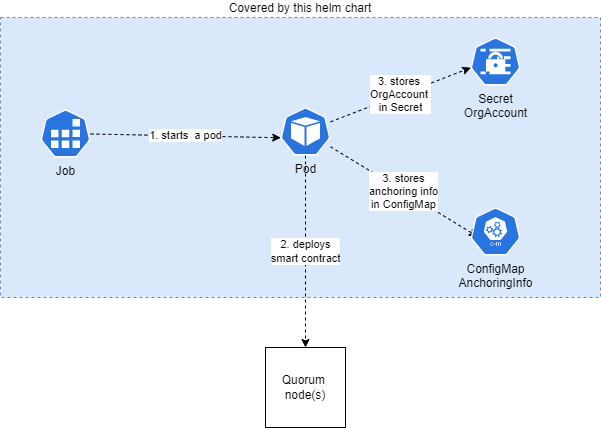
PharmaLedger-IMI/helmchart-ethadapter keeps this draw.io diagram as charts/smartcontract/docs/smartcontract.drawio.png. Above is the earlier version. Source tidied: cells renumbered, new cells last; positions are measured from the earlier drawing's top-left corner, leaving out a move shared by most shapes. Source of this version:
```xml
<mxGraphModel>
  <root>
    <mxCell id="0" />
    <mxCell id="1" parent="0" />
    <mxCell id="2" value="Covered by this helm chart" style="rounded=0;whiteSpace=wrap;html=1;dashed=1;labelPosition=center;verticalLabelPosition=top;align=center;verticalAlign=bottom;fillColor=#dae8fc;strokeColor=#6c8ebf;" parent="1" vertex="1">
      <mxGeometry width="600" height="280" as="geometry" />
    </mxCell>
    <mxCell id="3" value="Quorum &lt;br&gt;node(s)" style="whiteSpace=wrap;html=1;" parent="1" vertex="1">
      <mxGeometry x="265" y="330" width="80" height="80" as="geometry" />
    </mxCell>
    <mxCell id="4" value="2. deploys&lt;br&gt;smart contract" style="rounded=0;jettySize=auto;html=1;entryX=0.5;entryY=0;entryDx=0;entryDy=0;dashed=1;exitX=0.5;exitY=1;exitDx=0;exitDy=0;exitPerimeter=0;" parent="1" edge="1" source="9" target="3">
      <mxGeometry relative="1" as="geometry" />
    </mxCell>
    <mxCell id="5" value="1. starts&amp;nbsp; a pod" style="edgeStyle=none;rounded=0;jettySize=auto;html=1;entryX=0.005;entryY=0.63;entryDx=0;entryDy=0;entryPerimeter=0;dashed=1;" parent="1" edge="1" source="6" target="9">
      <mxGeometry relative="1" as="geometry" />
    </mxCell>
    <mxCell id="6" value="Job" style="sketch=0;html=1;dashed=0;whitespace=wrap;fillColor=#2875E2;strokeColor=#ffffff;points=[[0.005,0.63,0],[0.1,0.2,0],[0.9,0.2,0],[0.5,0,0],[0.995,0.63,0],[0.72,0.99,0],[0.5,1,0],[0.28,0.99,0]];shape=mxgraph.kubernetes.icon;prIcon=job;labelPosition=center;verticalLabelPosition=bottom;align=center;verticalAlign=top;" parent="1" vertex="1">
      <mxGeometry x="40" y="92" width="50" height="48" as="geometry" />
    </mxCell>
    <mxCell id="7" value="3. stores&lt;br&gt;anchoring info&lt;br&gt;in ConfigMap" style="edgeStyle=none;rounded=0;jettySize=auto;html=1;entryX=0.14;entryY=0.604;entryDx=0;entryDy=0;entryPerimeter=0;dashed=1;" parent="1" edge="1" source="9" target="11">
      <mxGeometry relative="1" as="geometry" />
    </mxCell>
    <mxCell id="8" value="3. stores &lt;br&gt;OrgAccount &lt;br&gt;in Secret" style="edgeStyle=none;rounded=0;jettySize=auto;html=1;entryX=0.005;entryY=0.63;entryDx=0;entryDy=0;entryPerimeter=0;dashed=1;" parent="1" edge="1" source="9" target="10">
      <mxGeometry relative="1" as="geometry" />
    </mxCell>
    <mxCell id="9" value="Pod" style="sketch=0;html=1;dashed=0;whitespace=wrap;fillColor=#2875E2;strokeColor=#ffffff;points=[[0.005,0.63,0],[0.1,0.2,0],[0.9,0.2,0],[0.5,0,0],[0.995,0.63,0],[0.72,0.99,0],[0.5,1,0],[0.28,0.99,0]];shape=mxgraph.kubernetes.icon;prIcon=pod;labelPosition=center;verticalLabelPosition=bottom;align=center;verticalAlign=top;" parent="1" vertex="1">
      <mxGeometry x="280" y="90" width="50" height="48" as="geometry" />
    </mxCell>
    <mxCell id="10" value="Secret&lt;br&gt;OrgAccount" style="sketch=0;html=1;dashed=0;whitespace=wrap;fillColor=#2875E2;strokeColor=#ffffff;points=[[0.005,0.63,0],[0.1,0.2,0],[0.9,0.2,0],[0.5,0,0],[0.995,0.63,0],[0.72,0.99,0],[0.5,1,0],[0.28,0.99,0]];shape=mxgraph.kubernetes.icon;prIcon=secret;labelPosition=center;verticalLabelPosition=bottom;align=center;verticalAlign=top;" parent="1" vertex="1">
      <mxGeometry x="470" y="20" width="50" height="48" as="geometry" />
    </mxCell>
    <mxCell id="11" value="ConfigMap&lt;br&gt;AnchoringInfo" style="sketch=0;html=1;dashed=0;whitespace=wrap;fillColor=#2875E2;strokeColor=#ffffff;points=[[0.005,0.63,0],[0.1,0.2,0],[0.9,0.2,0],[0.5,0,0],[0.995,0.63,0],[0.72,0.99,0],[0.5,1,0],[0.28,0.99,0]];shape=mxgraph.kubernetes.icon;prIcon=c_m;labelPosition=center;verticalLabelPosition=bottom;align=center;verticalAlign=top;" parent="1" vertex="1">
      <mxGeometry x="470" y="190" width="50" height="48" as="geometry" />
    </mxCell>
  </root>
</mxGraphModel>
```
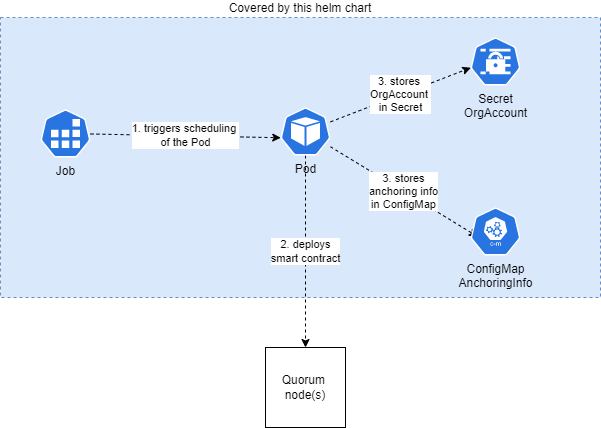
Later version of the same file.

Diff of the diagram source:
```diff
@@ -11,7 +11,7 @@
     <mxCell id="4" value="2. deploys&lt;br&gt;smart contract" style="rounded=0;jettySize=auto;html=1;entryX=0.5;entryY=0;entryDx=0;entryDy=0;dashed=1;exitX=0.5;exitY=1;exitDx=0;exitDy=0;exitPerimeter=0;" parent="1" edge="1" source="9" target="3">
       <mxGeometry relative="1" as="geometry" />
     </mxCell>
-    <mxCell id="5" value="1. starts&amp;nbsp; a pod" style="edgeStyle=none;rounded=0;jettySize=auto;html=1;entryX=0.005;entryY=0.63;entryDx=0;entryDy=0;entryPerimeter=0;dashed=1;" parent="1" edge="1" source="6" target="9">
+    <mxCell id="5" value="1. triggers scheduling &lt;br&gt;of the Pod" style="edgeStyle=none;rounded=0;jettySize=auto;html=1;entryX=0.005;entryY=0.63;entryDx=0;entryDy=0;entryPerimeter=0;dashed=1;" parent="1" edge="1" source="6" target="9">
       <mxGeometry relative="1" as="geometry" />
     </mxCell>
     <mxCell id="6" value="Job" style="sketch=0;html=1;dashed=0;whitespace=wrap;fillColor=#2875E2;strokeColor=#ffffff;points=[[0.005,0.63,0],[0.1,0.2,0],[0.9,0.2,0],[0.5,0,0],[0.995,0.63,0],[0.72,0.99,0],[0.5,1,0],[0.28,0.99,0]];shape=mxgraph.kubernetes.icon;prIcon=job;labelPosition=center;verticalLabelPosition=bottom;align=center;verticalAlign=top;" parent="1" vertex="1">
```
